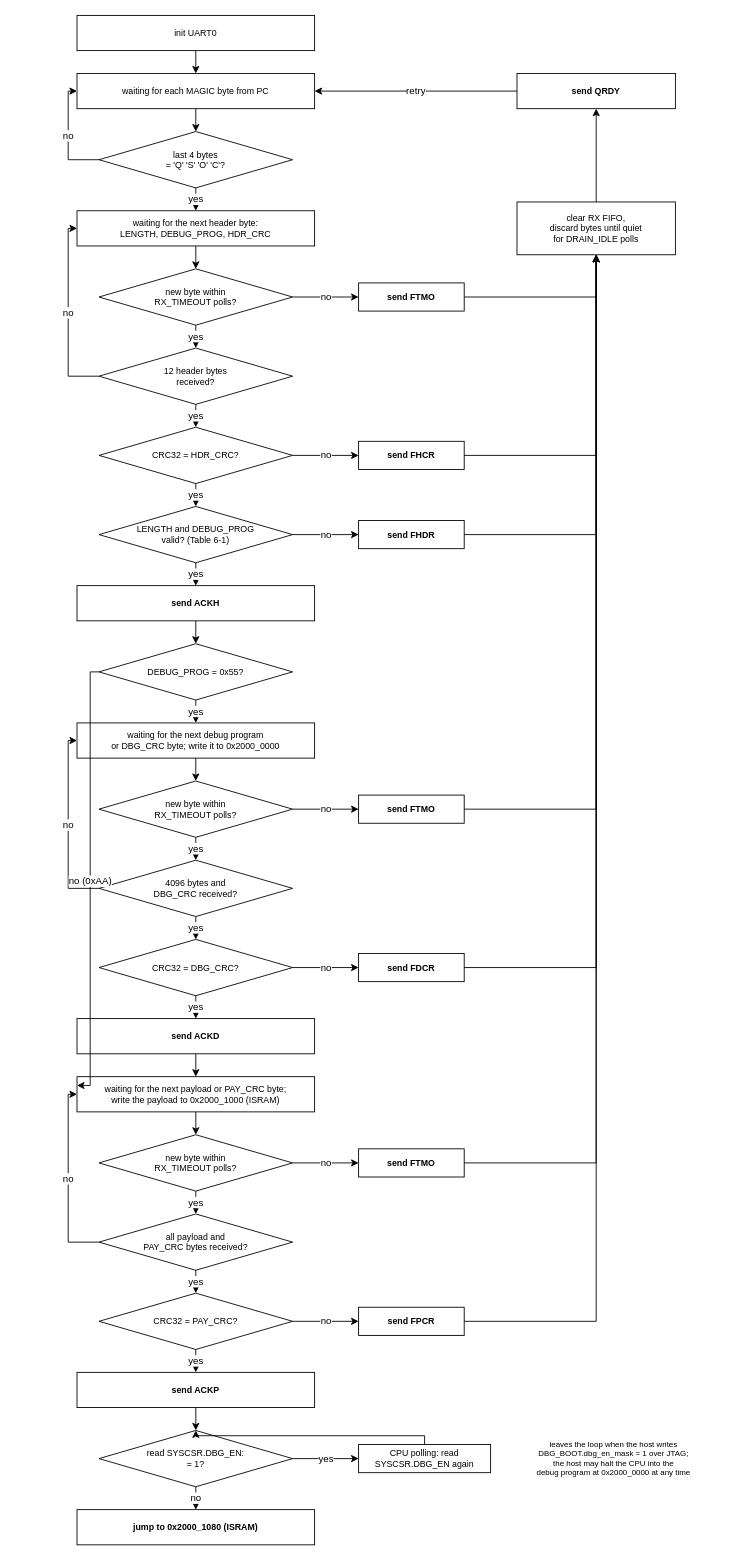
The draw.io diagram page "Bootloader flow" (4 of 5) of doc/figures/drawio/QNSC_BOOT.drawio in quynhonsemiconductor/vlsi_deep_training, before the edit. Source tidied: cells renumbered, new cells numbered last; positions are measured from the earlier drawing's top-left corner, leaving out a move shared by most shapes. Both pictures are drawn from the tidied source at 88%, with x=0, y=0 at pixel (15, 15).
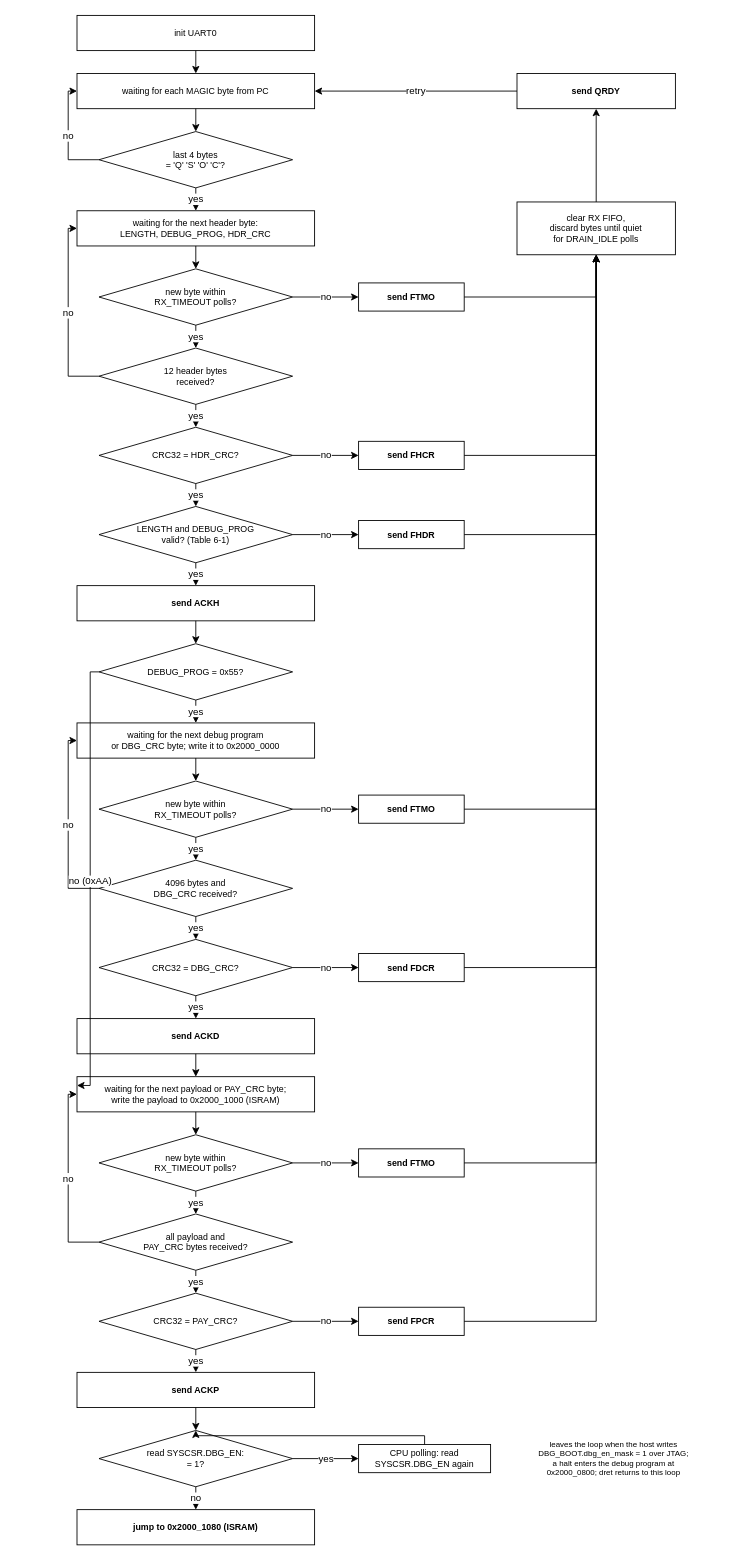
After the change.

Commit message (it also covers changes not shown here):
docs(boot): debug entry at DmHaltAddr 0x2000_0800, debug window layout

The edit, as a diff of the source:
```diff
@@
-    <mxCell id="28" value="leaves the loop when the host writes&#10;DBG_BOOT.dbg_en_mask = 1 over JTAG;&#10;the host may halt the CPU into the&#10;debug program at 0x2000_0000 at any time" style="rounded=0;whiteSpace=wrap;html=1;fillColor=none;strokeColor=none;fontSize=9;dashed=0;verticalAlign=middle;" parent="1" vertex="1">
+    <mxCell id="28" value="leaves the loop when the host writes&#10;DBG_BOOT.dbg_en_mask = 1 over JTAG;&#10;a halt enters the debug program at&#10;0x2000_0800; dret returns to this loop" style="rounded=0;whiteSpace=wrap;html=1;fillColor=none;strokeColor=none;fontSize=9;dashed=0;verticalAlign=middle;" parent="1" vertex="1">
       <mxGeometry x="550" y="1602" width="260" height="76" as="geometry" />
     </mxCell>
```
